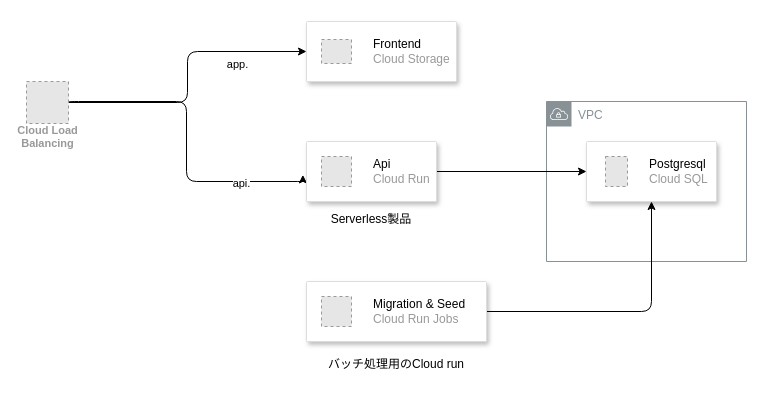
Before: serverside_challenge_2/challenge/docs/infra.drawio in enechange/coding-challenge, a draw.io diagram. Source tidied: cells renumbered, new cells numbered last; positions are measured from the earlier drawing's top-left corner, leaving out a move shared by most shapes. Both pictures are drawn from the tidied source at 100%, with x=0, y=0 at pixel (26, 21). Pictures stored in the file or linked from it are replaced by grey dashed boxes.
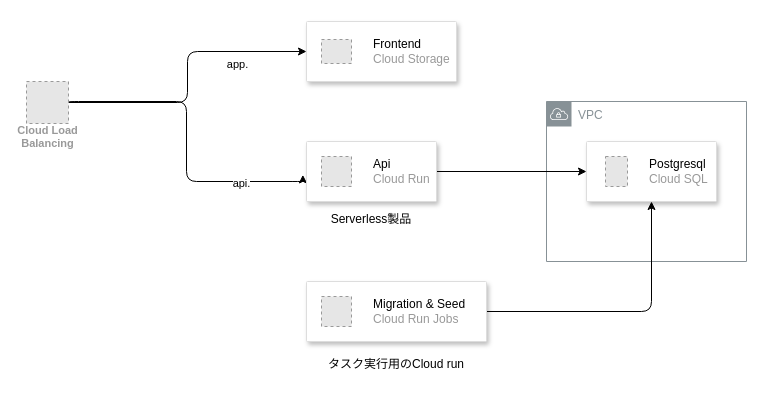
The same diagram, later.

Commit message (it also covers changes not shown here):
インフラ構成図の変更

The edit, as a diff of the source:
```diff
@@
-    <mxCell id="19" value="バッチ処理用のCloud run" style="text;html=1;strokeColor=none;fillColor=none;align=center;verticalAlign=middle;whiteSpace=wrap;rounded=0;" parent="1" vertex="1">
+    <mxCell id="19" value="タスク実行用のCloud run" style="text;html=1;strokeColor=none;fillColor=none;align=center;verticalAlign=middle;whiteSpace=wrap;rounded=0;" parent="1" vertex="1">
       <mxGeometry x="280" y="330" width="180" height="25" as="geometry" />
     </mxCell>
```
